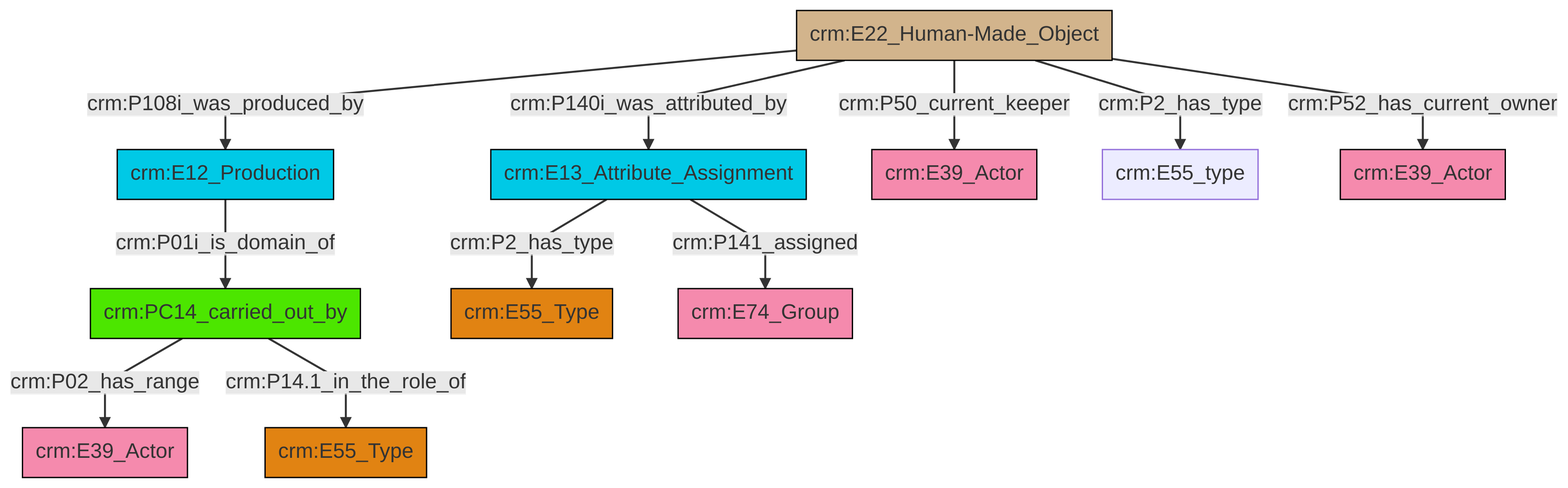
The Mermaid diagram et/artworkCSV/ttl/mmd/png/Artwork_Actor_Relations.png in swiss-art-research-net/docs.swissartresearch, before a commit. Its source is kept beside it as et/artworkCSV/ttl/mmd/Artwork_Actor_Relations.ttl.mmd.
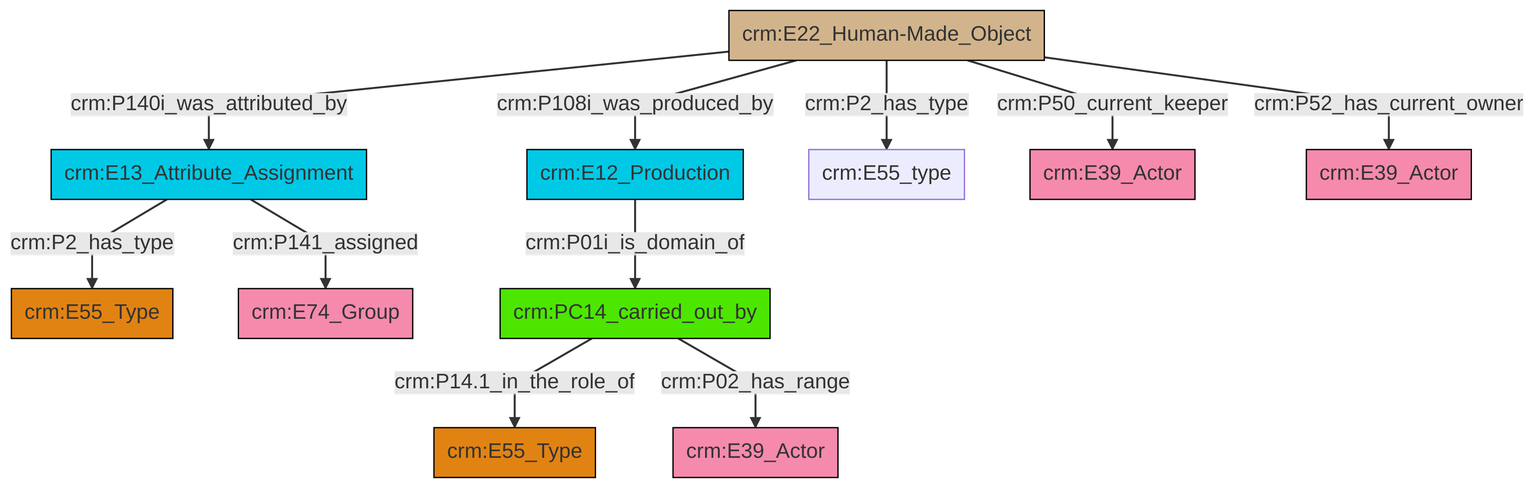
Later version of the same file.

Diff of the diagram source:
```diff
@@ -13,13 +13,13 @@
 classDef PC_Classes fill:#4ce600, stroke:#000000;
 classDef Multi fill:#cccccc,stroke:#000000;
 
-4["crm:PC14_carried_out_by"]:::PC_Classes -->|crm:P02_has_range| 5["crm:E39_Actor"]:::Actor
-6["crm:E22_Human-Made_Object"]:::Physical_Thing -->|crm:P108i_was_produced_by| 7["crm:E12_Production"]:::Temporal_Entity
-8["crm:E13_Attribute_Assignment"]:::Temporal_Entity -->|crm:P2_has_type| 9["crm:E55_Type"]:::Type
-4["crm:PC14_carried_out_by"]:::PC_Classes -->|crm:P14.1_in_the_role_of| 14["crm:E55_Type"]:::Type
-7["crm:E12_Production"]:::Temporal_Entity -->|crm:P01i_is_domain_of| 4["crm:PC14_carried_out_by"]:::PC_Classes
-8["crm:E13_Attribute_Assignment"]:::Temporal_Entity -->|crm:P141_assigned| 0["crm:E74_Group"]:::Actor
-6["crm:E22_Human-Made_Object"]:::Physical_Thing -->|crm:P140i_was_attributed_by| 8["crm:E13_Attribute_Assignment"]:::Temporal_Entity
-6["crm:E22_Human-Made_Object"]:::Physical_Thing -->|crm:P50_current_keeper| 2["crm:E39_Actor"]:::Actor
-6["crm:E22_Human-Made_Object"]:::Physical_Thing -->|crm:P2_has_type| 10["crm:E55_type"]:::Default
-6["crm:E22_Human-Made_Object"]:::Physical_Thing -->|crm:P52_has_current_owner| 21["crm:E39_Actor"]:::Actor
+0["crm:E22_Human-Made_Object"]:::Physical_Thing -->|crm:P140i_was_attributed_by| 1["crm:E13_Attribute_Assignment"]:::Temporal_Entity
+1["crm:E13_Attribute_Assignment"]:::Temporal_Entity -->|crm:P2_has_type| 10["crm:E55_Type"]:::Type
+0["crm:E22_Human-Made_Object"]:::Physical_Thing -->|crm:P2_has_type| 6["crm:E55_type"]:::Default
+1["crm:E13_Attribute_Assignment"]:::Temporal_Entity -->|crm:P141_assigned| 11["crm:E74_Group"]:::Actor
+2["crm:E12_Production"]:::Temporal_Entity -->|crm:P01i_is_domain_of| 12["crm:PC14_carried_out_by"]:::PC_Classes
+12["crm:PC14_carried_out_by"]:::PC_Classes -->|crm:P14.1_in_the_role_of| 13["crm:E55_Type"]:::Type
+0["crm:E22_Human-Made_Object"]:::Physical_Thing -->|crm:P52_has_current_owner| 17["crm:E39_Actor"]:::Actor
+12["crm:PC14_carried_out_by"]:::PC_Classes -->|crm:P02_has_range| 20["crm:E39_Actor"]:::Actor
+0["crm:E22_Human-Made_Object"]:::Physical_Thing -->|crm:P50_current_keeper| 8["crm:E39_Actor"]:::Actor
+0["crm:E22_Human-Made_Object"]:::Physical_Thing -->|crm:P108i_was_produced_by| 2["crm:E12_Production"]:::Temporal_Entity
```
